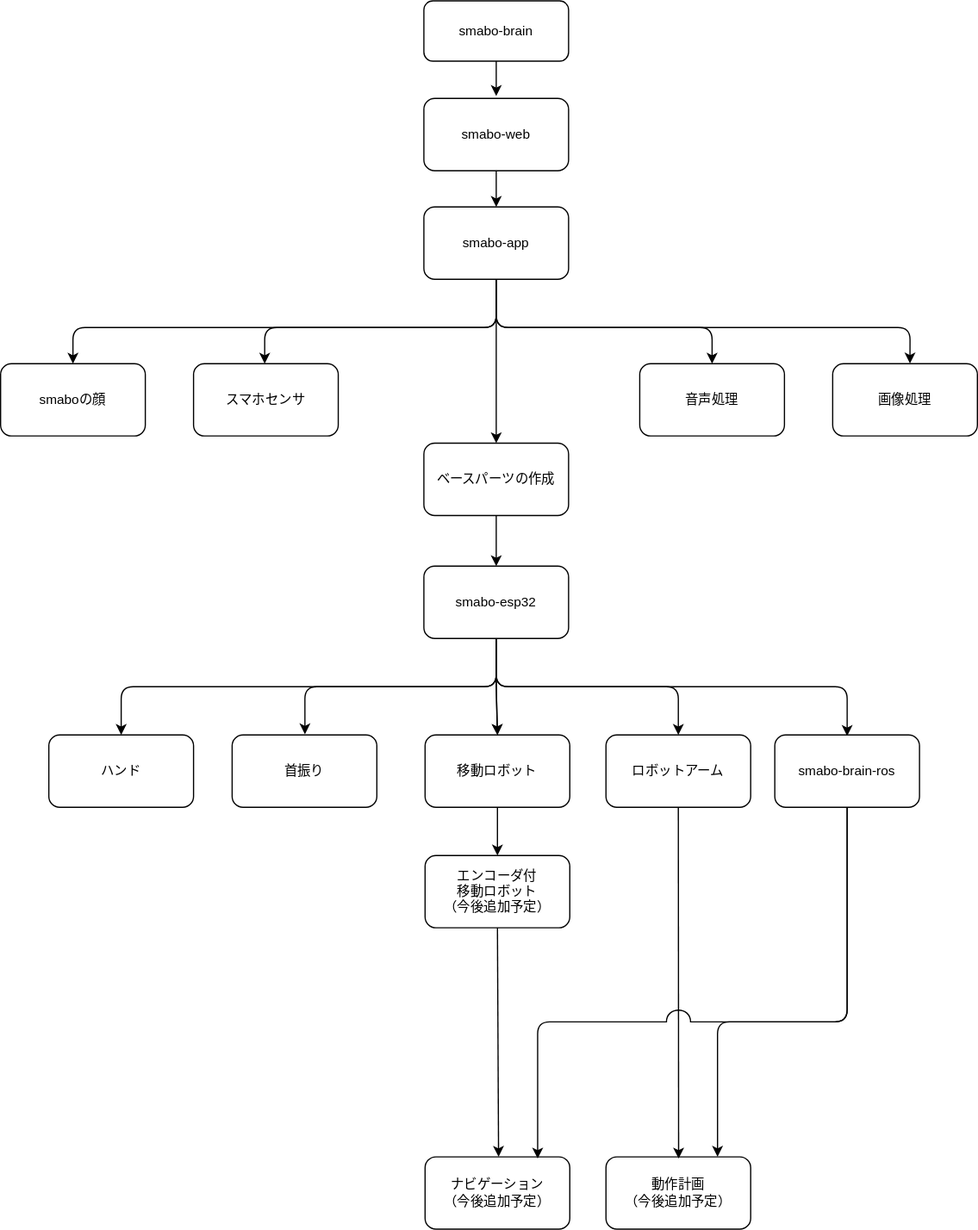
The draw.io diagram docs/images/smabo_roadmap.drawio.svg in smabo-smartphone-robot/smabo-smartphone-robot.github.io, before a commit. Source tidied: cells renumbered, new cells last; positions are measured from the earlier drawing's top-left corner, leaving out a move shared by most shapes.
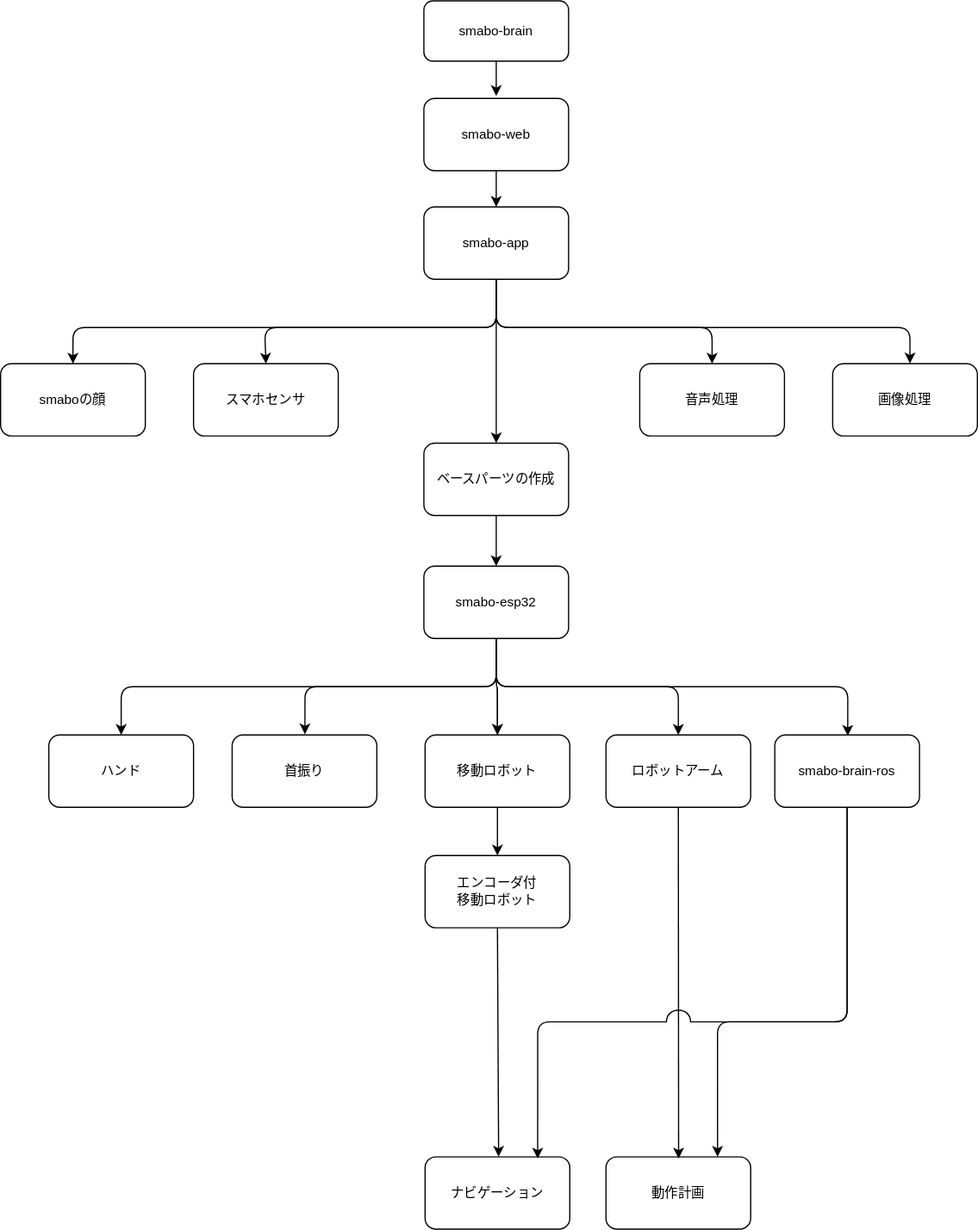
After the commit.

Change to the diagram source:
```diff
@@ -66,13 +66,13 @@
     <mxCell id="14" value="ロボットアーム" style="rounded=1;whiteSpace=wrap;html=1;fontFamily=Helvetica;fontSize=11;fontColor=default;labelBackgroundColor=default;" parent="1" vertex="1">
       <mxGeometry x="502" y="609" width="120" height="60" as="geometry" />
     </mxCell>
-    <mxCell id="15" value="エンコーダ付&lt;div&gt;移動ロボット&lt;/div&gt;&lt;div&gt;（今後追加予定）&lt;/div&gt;" style="whiteSpace=wrap;html=1;fontSize=11;rounded=1;labelBackgroundColor=default;" parent="1" vertex="1">
+    <mxCell id="15" value="エンコーダ付&lt;div&gt;移動ロボット&lt;/div&gt;" style="whiteSpace=wrap;html=1;fontSize=11;rounded=1;labelBackgroundColor=default;" parent="1" vertex="1">
       <mxGeometry x="352" y="709" width="120" height="60" as="geometry" />
     </mxCell>
-    <mxCell id="16" value="ナビゲーション&lt;div&gt;（今後追加予定）&lt;/div&gt;" style="whiteSpace=wrap;html=1;fontSize=11;rounded=1;labelBackgroundColor=default;" parent="1" vertex="1">
+    <mxCell id="16" value="ナビゲーション" style="whiteSpace=wrap;html=1;fontSize=11;rounded=1;labelBackgroundColor=default;" parent="1" vertex="1">
       <mxGeometry x="352" y="959" width="120" height="60" as="geometry" />
     </mxCell>
-    <mxCell id="17" value="動作計画&lt;div&gt;（今後追加予定）&lt;/div&gt;" style="whiteSpace=wrap;html=1;fontSize=11;rounded=1;labelBackgroundColor=default;" parent="1" vertex="1">
+    <mxCell id="17" value="動作計画" style="whiteSpace=wrap;html=1;fontSize=11;rounded=1;labelBackgroundColor=default;" parent="1" vertex="1">
       <mxGeometry x="502" y="959" width="120" height="60" as="geometry" />
     </mxCell>
     <mxCell id="18" value="首振り" style="rounded=1;whiteSpace=wrap;html=1;fontFamily=Helvetica;fontSize=11;fontColor=default;labelBackgroundColor=default;" parent="1" vertex="1">
```
